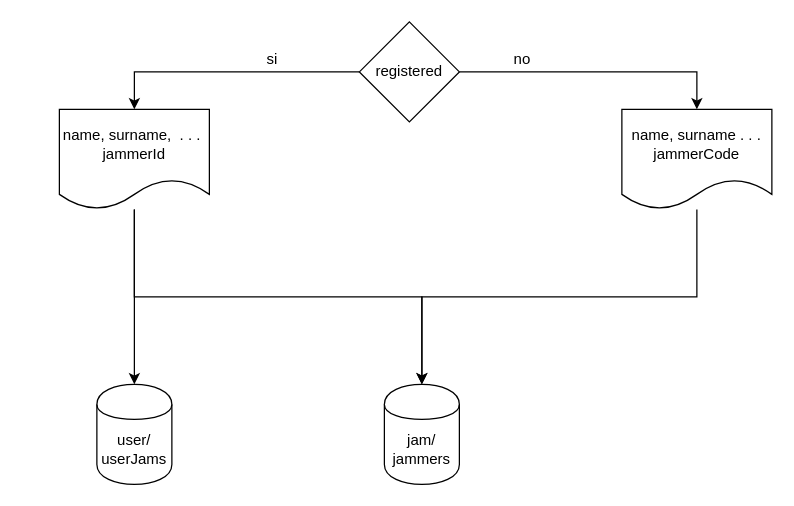
Above: page "add Tenant" (2 of 2) of public/data-store.drawio in AriCima/jams (draw.io), before the change. Source tidied: cells renumbered, new cells numbered last; positions are measured from the earlier drawing's top-left corner, leaving out a move shared by most shapes. Both pictures are drawn from the tidied source at 125%, with x=0, y=0 at pixel (59, 21).
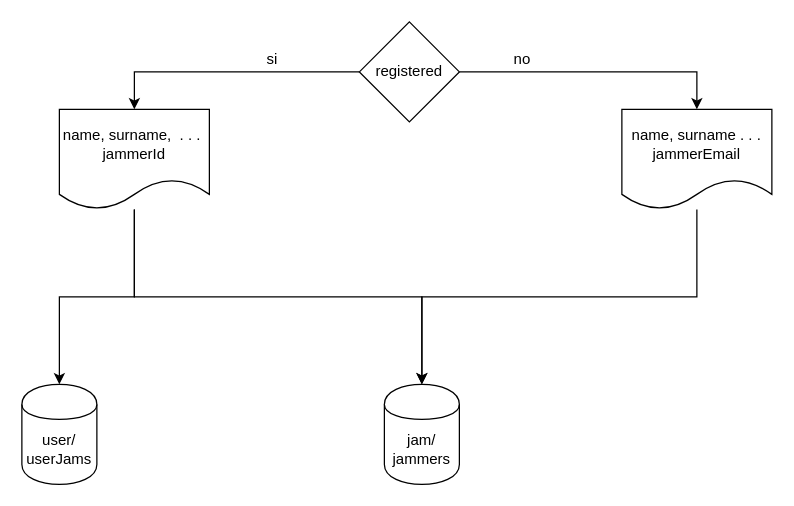
The same page after the edit.

What changed in the source:
```diff
@@
 <mxGraphModel>
   <root>
     <mxCell id="0" />
     <mxCell id="1" parent="0" />
     <mxCell id="2" style="edgeStyle=orthogonalEdgeStyle;rounded=0;jettySize=auto;html=1;entryX=0.5;entryY=0;entryDx=0;entryDy=0;" parent="1" edge="1" source="4" target="7">
       <mxGeometry relative="1" as="geometry" />
     </mxCell>
     <mxCell id="3" style="edgeStyle=orthogonalEdgeStyle;rounded=0;jettySize=auto;html=1;entryX=0.5;entryY=0;entryDx=0;entryDy=0;" parent="1" edge="1" source="4" target="10">
       <mxGeometry relative="1" as="geometry" />
     </mxCell>
     <mxCell id="4" value="registered" style="rhombus;whiteSpace=wrap;html=1;" parent="1" vertex="1">
       <mxGeometry x="240" width="80" height="80" as="geometry" />
     </mxCell>
     <mxCell id="5" style="edgeStyle=orthogonalEdgeStyle;rounded=0;jettySize=auto;html=1;" parent="1" edge="1" source="7" target="12">
       <mxGeometry relative="1" as="geometry">
         <Array as="points">
           <mxPoint x="60" y="220" />
           <mxPoint x="290" y="220" />
         </Array>
       </mxGeometry>
     </mxCell>
     <mxCell id="6" style="edgeStyle=orthogonalEdgeStyle;rounded=0;jettySize=auto;html=1;" parent="1" edge="1" source="7" target="13">
       <mxGeometry relative="1" as="geometry" />
     </mxCell>
     <mxCell id="7" value="name, surname,&amp;nbsp; . . .&amp;nbsp;&lt;br&gt;jammerId" style="shape=document;whiteSpace=wrap;html=1;boundedLbl=1;" parent="1" vertex="1">
       <mxGeometry y="70" width="120" height="80" as="geometry" />
     </mxCell>
     <mxCell id="8" value="si" style="text;html=1;align=center;verticalAlign=middle;" parent="1" vertex="1">
       <mxGeometry x="160" y="20" width="20" height="20" as="geometry" />
     </mxCell>
     <mxCell id="9" style="edgeStyle=orthogonalEdgeStyle;rounded=0;jettySize=auto;html=1;entryX=0.5;entryY=0;entryDx=0;entryDy=0;" parent="1" edge="1" source="10" target="12">
       <mxGeometry relative="1" as="geometry">
         <Array as="points">
           <mxPoint x="510" y="220" />
           <mxPoint x="290" y="220" />
         </Array>
       </mxGeometry>
     </mxCell>
-    <mxCell id="10" value="name, surname . . .&lt;br&gt;jammerCode" style="shape=document;whiteSpace=wrap;html=1;boundedLbl=1;" parent="1" vertex="1">
+    <mxCell id="10" value="name, surname . . .&lt;br&gt;jammerEmail" style="shape=document;whiteSpace=wrap;html=1;boundedLbl=1;" parent="1" vertex="1">
       <mxGeometry x="450" y="70" width="120" height="80" as="geometry" />
     </mxCell>
     <mxCell id="11" value="no" style="text;html=1;align=center;verticalAlign=middle;" parent="1" vertex="1">
       <mxGeometry x="355" y="20" width="30" height="20" as="geometry" />
     </mxCell>
     <mxCell id="12" value="jam/&lt;br&gt;jammers" style="shape=cylinder;whiteSpace=wrap;html=1;boundedLbl=1;backgroundOutline=1;" parent="1" vertex="1">
       <mxGeometry x="260" y="290" width="60" height="80" as="geometry" />
     </mxCell>
     <mxCell id="13" value="user/&lt;br&gt;userJams" style="shape=cylinder;whiteSpace=wrap;html=1;boundedLbl=1;backgroundOutline=1;" parent="1" vertex="1">
-      <mxGeometry x="30" y="290" width="60" height="80" as="geometry" />
+      <mxGeometry x="-30" y="290" width="60" height="80" as="geometry" />
     </mxCell>
   </root>
 </mxGraphModel>
```
